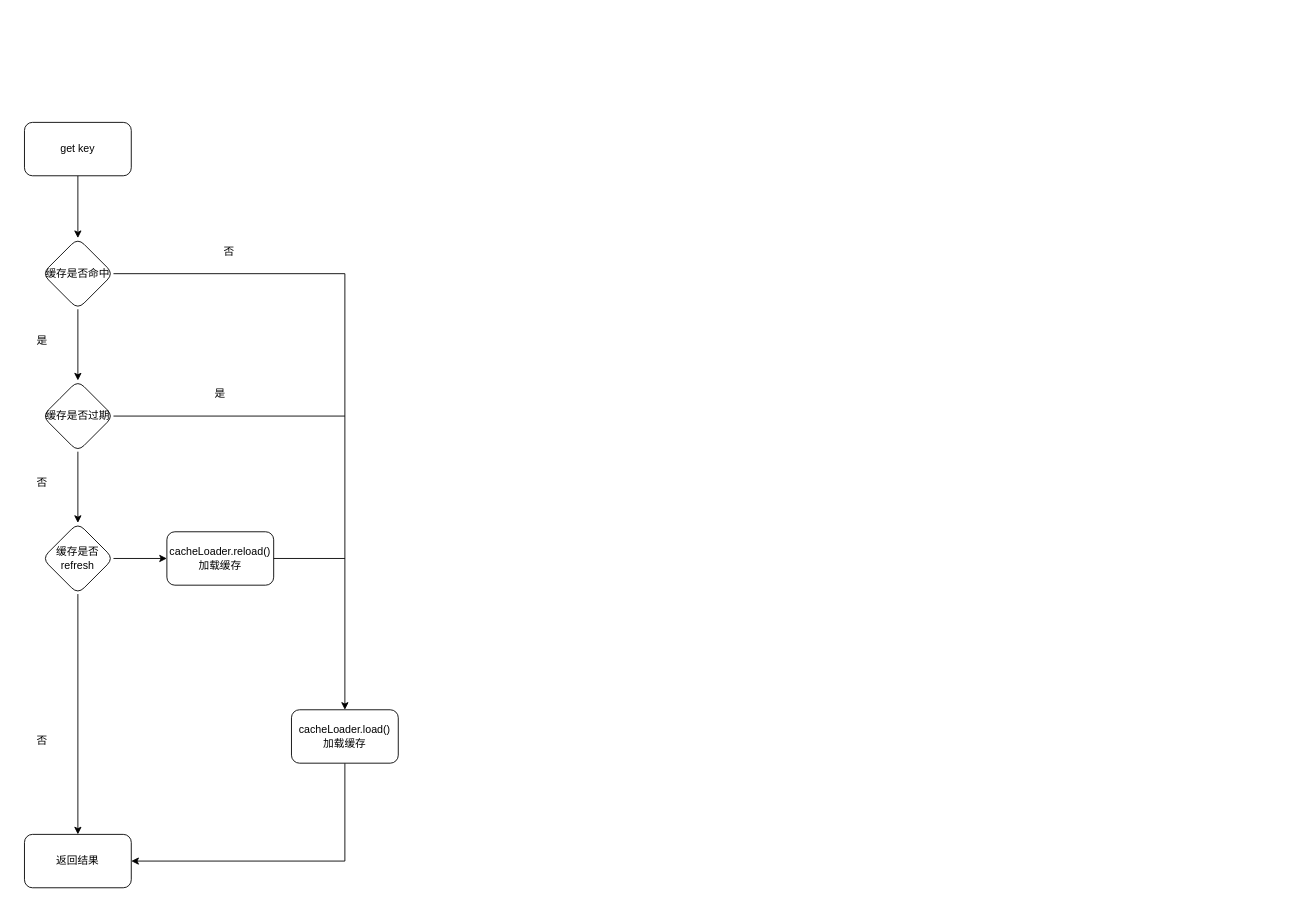
Before: guava cache流程图.drawio in realLiuzh/cache-study-demo, a draw.io diagram. Source tidied: cells renumbered, new cells numbered last; positions are measured from the earlier drawing's top-left corner, leaving out a move shared by most shapes. Both pictures are drawn from the tidied source at 89%, with x=0, y=0 at pixel (15, 122).
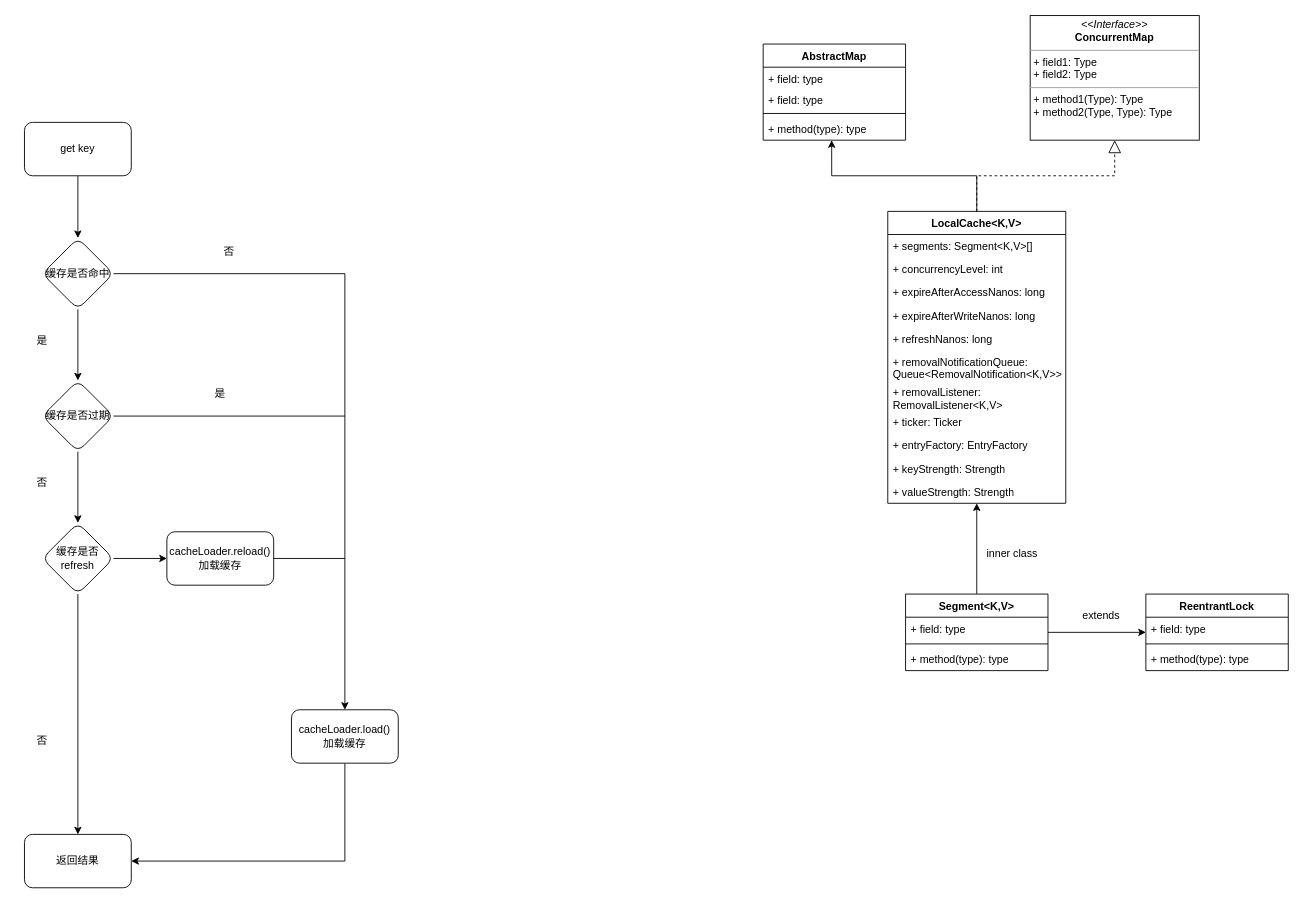
After the change.

Commit message:
更新guava cache流程图.drawio

What changed in the source:
```diff
@@
+    <mxCell id="23" style="edgeStyle=orthogonalEdgeStyle;rounded=0;jettySize=auto;html=1;entryX=0.481;entryY=1;entryDx=0;entryDy=0;entryPerimeter=0;" parent="1" edge="1" source="25" target="43">
+      <mxGeometry relative="1" as="geometry" />
+    </mxCell>
+    <mxCell id="24" style="edgeStyle=orthogonalEdgeStyle;rounded=0;jettySize=auto;html=1;exitX=0.5;exitY=0;exitDx=0;exitDy=0;" parent="1" edge="1" source="45" target="25">
+      <mxGeometry relative="1" as="geometry" />
+    </mxCell>
+    <mxCell id="25" value="LocalCache&amp;lt;K,V&amp;gt;" style="swimlane;fontStyle=1;align=center;verticalAlign=top;horizontal=1;startSize=26;whiteSpace=wrap;html=1;" parent="1" vertex="1">
+      <mxGeometry x="980" y="100" width="200" height="328" as="geometry" />
+    </mxCell>
+    <mxCell id="26" value="+ segments: Segment&amp;lt;K,V&amp;gt;[]&amp;nbsp;" style="text;strokeColor=none;fillColor=none;align=left;verticalAlign=top;spacingLeft=4;spacingRight=4;overflow=hidden;whiteSpace=wrap;html=1;" parent="25" vertex="1">
+      <mxGeometry y="26" width="200" height="26" as="geometry" />
+    </mxCell>
+    <mxCell id="27" value="+ concurrencyLevel: int&amp;nbsp;" style="text;strokeColor=none;fillColor=none;align=left;verticalAlign=top;spacingLeft=4;spacingRight=4;overflow=hidden;whiteSpace=wrap;html=1;" parent="25" vertex="1">
+      <mxGeometry y="52" width="200" height="26" as="geometry" />
+    </mxCell>
+    <mxCell id="28" value="+&amp;nbsp;expireAfterAccessNanos&lt;span style=&quot;background-color: initial;&quot;&gt;: long&amp;nbsp;&lt;/span&gt;" style="text;strokeColor=none;fillColor=none;align=left;verticalAlign=top;spacingLeft=4;spacingRight=4;overflow=hidden;whiteSpace=wrap;html=1;" parent="25" vertex="1">
+      <mxGeometry y="78" width="200" height="26" as="geometry" />
+    </mxCell>
+    <mxCell id="29" value="+&amp;nbsp;expireAfterWriteNanos&lt;span style=&quot;background-color: initial;&quot;&gt;: long&amp;nbsp;&lt;/span&gt;" style="text;strokeColor=none;fillColor=none;align=left;verticalAlign=top;spacingLeft=4;spacingRight=4;overflow=hidden;whiteSpace=wrap;html=1;" parent="25" vertex="1">
+      <mxGeometry y="104" width="200" height="26" as="geometry" />
+    </mxCell>
+    <mxCell id="30" value="+&amp;nbsp;refreshNanos&lt;span style=&quot;background-color: initial;&quot;&gt;: long&amp;nbsp;&lt;/span&gt;" style="text;strokeColor=none;fillColor=none;align=left;verticalAlign=top;spacingLeft=4;spacingRight=4;overflow=hidden;whiteSpace=wrap;html=1;" parent="25" vertex="1">
+      <mxGeometry y="130" width="200" height="26" as="geometry" />
+    </mxCell>
+    <mxCell id="31" value="+&amp;nbsp;removalNotificationQueue&lt;span style=&quot;background-color: initial;&quot;&gt;:&lt;br&gt;Queue&amp;lt;RemovalNotification&amp;lt;K,V&amp;gt;&amp;gt;&amp;nbsp;&lt;/span&gt;" style="text;strokeColor=none;fillColor=none;align=left;verticalAlign=top;spacingLeft=4;spacingRight=4;overflow=hidden;whiteSpace=wrap;html=1;" parent="25" vertex="1">
+      <mxGeometry y="156" width="200" height="34" as="geometry" />
+    </mxCell>
+    <mxCell id="32" value="+&amp;nbsp;removalListener&lt;span style=&quot;background-color: initial;&quot;&gt;: RemovalListener&amp;lt;K,V&amp;gt;&amp;nbsp;&lt;/span&gt;" style="text;strokeColor=none;fillColor=none;align=left;verticalAlign=top;spacingLeft=4;spacingRight=4;overflow=hidden;whiteSpace=wrap;html=1;" parent="25" vertex="1">
+      <mxGeometry y="190" width="200" height="34" as="geometry" />
+    </mxCell>
+    <mxCell id="33" value="+ ticker&lt;span style=&quot;background-color: initial;&quot;&gt;: Ticker&amp;nbsp;&lt;/span&gt;" style="text;strokeColor=none;fillColor=none;align=left;verticalAlign=top;spacingLeft=4;spacingRight=4;overflow=hidden;whiteSpace=wrap;html=1;" parent="25" vertex="1">
+      <mxGeometry y="224" width="200" height="26" as="geometry" />
+    </mxCell>
+    <mxCell id="34" value="+ entryFactory&lt;span style=&quot;background-color: initial;&quot;&gt;: EntryFactory&amp;nbsp;&lt;/span&gt;" style="text;strokeColor=none;fillColor=none;align=left;verticalAlign=top;spacingLeft=4;spacingRight=4;overflow=hidden;whiteSpace=wrap;html=1;" parent="25" vertex="1">
+      <mxGeometry y="250" width="200" height="26" as="geometry" />
+    </mxCell>
+    <mxCell id="35" value="+ keyStrength&lt;span style=&quot;background-color: initial;&quot;&gt;: Strength&lt;/span&gt;" style="text;strokeColor=none;fillColor=none;align=left;verticalAlign=top;spacingLeft=4;spacingRight=4;overflow=hidden;whiteSpace=wrap;html=1;" parent="25" vertex="1">
+      <mxGeometry y="276" width="200" height="26" as="geometry" />
+    </mxCell>
+    <mxCell id="36" value="+ valueStrength&lt;span style=&quot;background-color: initial;&quot;&gt;: Strength&lt;/span&gt;" style="text;strokeColor=none;fillColor=none;align=left;verticalAlign=top;spacingLeft=4;spacingRight=4;overflow=hidden;whiteSpace=wrap;html=1;" parent="25" vertex="1">
+      <mxGeometry y="302" width="200" height="26" as="geometry" />
+    </mxCell>
+    <mxCell id="37" style="endArrow=block;dashed=1;endFill=0;endSize=12;html=1;rounded=0;exitX=0.5;exitY=0;exitDx=0;exitDy=0;edgeStyle=orthogonalEdgeStyle;entryX=0.5;entryY=1;entryDx=0;entryDy=0;" parent="1" edge="1" source="25" target="38">
+      <mxGeometry relative="1" as="geometry">
+        <Array as="points">
+          <mxPoint x="1080" y="60" />
+          <mxPoint x="1235" y="60" />
+        </Array>
+      </mxGeometry>
+    </mxCell>
+    <mxCell id="38" value="&lt;p style=&quot;margin:0px;margin-top:4px;text-align:center;&quot;&gt;&lt;i&gt;&amp;lt;&amp;lt;Interface&amp;gt;&amp;gt;&lt;/i&gt;&lt;br&gt;&lt;b&gt;ConcurrentMap&lt;/b&gt;&lt;/p&gt;&lt;hr size=&quot;1&quot;&gt;&lt;p style=&quot;margin:0px;margin-left:4px;&quot;&gt;+ field1: Type&lt;br&gt;+ field2: Type&lt;/p&gt;&lt;hr size=&quot;1&quot;&gt;&lt;p style=&quot;margin:0px;margin-left:4px;&quot;&gt;+ method1(Type): Type&lt;br&gt;+ method2(Type, Type): Type&lt;/p&gt;" style="verticalAlign=top;align=left;overflow=fill;fontSize=12;fontFamily=Helvetica;html=1;whiteSpace=wrap;" parent="1" vertex="1">
+      <mxGeometry x="1140" y="-120" width="190" height="140" as="geometry" />
+    </mxCell>
+    <mxCell id="39" value="AbstractMap&lt;br&gt;" style="swimlane;fontStyle=1;align=center;verticalAlign=top;horizontal=1;startSize=26;whiteSpace=wrap;html=1;" parent="1" vertex="1">
+      <mxGeometry x="840" y="-88" width="160" height="108" as="geometry" />
+    </mxCell>
+    <mxCell id="40" value="+ field: type" style="text;strokeColor=none;fillColor=none;align=left;verticalAlign=top;spacingLeft=4;spacingRight=4;overflow=hidden;whiteSpace=wrap;html=1;" parent="39" vertex="1">
+      <mxGeometry y="26" width="160" height="24" as="geometry" />
+    </mxCell>
+    <mxCell id="41" value="+ field: type" style="text;strokeColor=none;fillColor=none;align=left;verticalAlign=top;spacingLeft=4;spacingRight=4;overflow=hidden;whiteSpace=wrap;html=1;" parent="39" vertex="1">
+      <mxGeometry y="50" width="160" height="24" as="geometry" />
+    </mxCell>
+    <mxCell id="42" style="line;strokeWidth=1;fillColor=none;align=left;verticalAlign=middle;spacingTop=-1;spacingLeft=3;spacingRight=3;labelPosition=right;strokeColor=inherit;" parent="39" vertex="1">
+      <mxGeometry y="74" width="160" height="8" as="geometry" />
+    </mxCell>
+    <mxCell id="43" value="+ method(type): type" style="text;strokeColor=none;fillColor=none;align=left;verticalAlign=top;spacingLeft=4;spacingRight=4;overflow=hidden;points=[[0,0.5],[1,0.5]];portConstraint=eastwest;whiteSpace=wrap;html=1;" parent="39" vertex="1">
+      <mxGeometry y="82" width="160" height="26" as="geometry" />
+    </mxCell>
+    <mxCell id="44" style="edgeStyle=orthogonalEdgeStyle;rounded=0;jettySize=auto;html=1;" parent="1" edge="1" source="45" target="50">
+      <mxGeometry relative="1" as="geometry" />
+    </mxCell>
+    <mxCell id="45" value="Segment&amp;lt;K,V&amp;gt;" style="swimlane;fontStyle=1;align=center;verticalAlign=top;horizontal=1;startSize=26;whiteSpace=wrap;html=1;" parent="1" vertex="1">
+      <mxGeometry x="1000" y="530" width="160" height="86" as="geometry" />
+    </mxCell>
+    <mxCell id="46" value="+ field: type" style="text;strokeColor=none;fillColor=none;align=left;verticalAlign=top;spacingLeft=4;spacingRight=4;overflow=hidden;whiteSpace=wrap;html=1;" parent="45" vertex="1">
+      <mxGeometry y="26" width="160" height="26" as="geometry" />
+    </mxCell>
+    <mxCell id="47" style="line;strokeWidth=1;fillColor=none;align=left;verticalAlign=middle;spacingTop=-1;spacingLeft=3;spacingRight=3;labelPosition=right;strokeColor=inherit;" parent="45" vertex="1">
+      <mxGeometry y="52" width="160" height="8" as="geometry" />
+    </mxCell>
+    <mxCell id="48" value="+ method(type): type" style="text;strokeColor=none;fillColor=none;align=left;verticalAlign=top;spacingLeft=4;spacingRight=4;overflow=hidden;whiteSpace=wrap;html=1;" parent="45" vertex="1">
+      <mxGeometry y="60" width="160" height="26" as="geometry" />
+    </mxCell>
+    <mxCell id="49" value="inner class" style="text;html=1;strokeColor=none;fillColor=none;align=center;verticalAlign=middle;whiteSpace=wrap;rounded=0;" parent="1" vertex="1">
+      <mxGeometry x="1090" y="470" width="60" height="30" as="geometry" />
+    </mxCell>
+    <mxCell id="50" value="ReentrantLock" style="swimlane;fontStyle=1;align=center;verticalAlign=top;horizontal=1;startSize=26;whiteSpace=wrap;html=1;" parent="1" vertex="1">
+      <mxGeometry x="1270" y="530" width="160" height="86" as="geometry" />
+    </mxCell>
+    <mxCell id="51" value="+ field: type" style="text;strokeColor=none;fillColor=none;align=left;verticalAlign=top;spacingLeft=4;spacingRight=4;overflow=hidden;whiteSpace=wrap;html=1;" parent="50" vertex="1">
+      <mxGeometry y="26" width="160" height="26" as="geometry" />
+    </mxCell>
+    <mxCell id="52" style="line;strokeWidth=1;fillColor=none;align=left;verticalAlign=middle;spacingTop=-1;spacingLeft=3;spacingRight=3;labelPosition=right;strokeColor=inherit;" parent="50" vertex="1">
+      <mxGeometry y="52" width="160" height="8" as="geometry" />
+    </mxCell>
+    <mxCell id="53" value="+ method(type): type" style="text;strokeColor=none;fillColor=none;align=left;verticalAlign=top;spacingLeft=4;spacingRight=4;overflow=hidden;whiteSpace=wrap;html=1;" parent="50" vertex="1">
+      <mxGeometry y="60" width="160" height="26" as="geometry" />
+    </mxCell>
+    <mxCell id="54" value="extends" style="text;html=1;strokeColor=none;fillColor=none;align=center;verticalAlign=middle;whiteSpace=wrap;rounded=0;" parent="1" vertex="1">
+      <mxGeometry x="1190" y="540" width="60" height="30" as="geometry" />
+    </mxCell>
```
